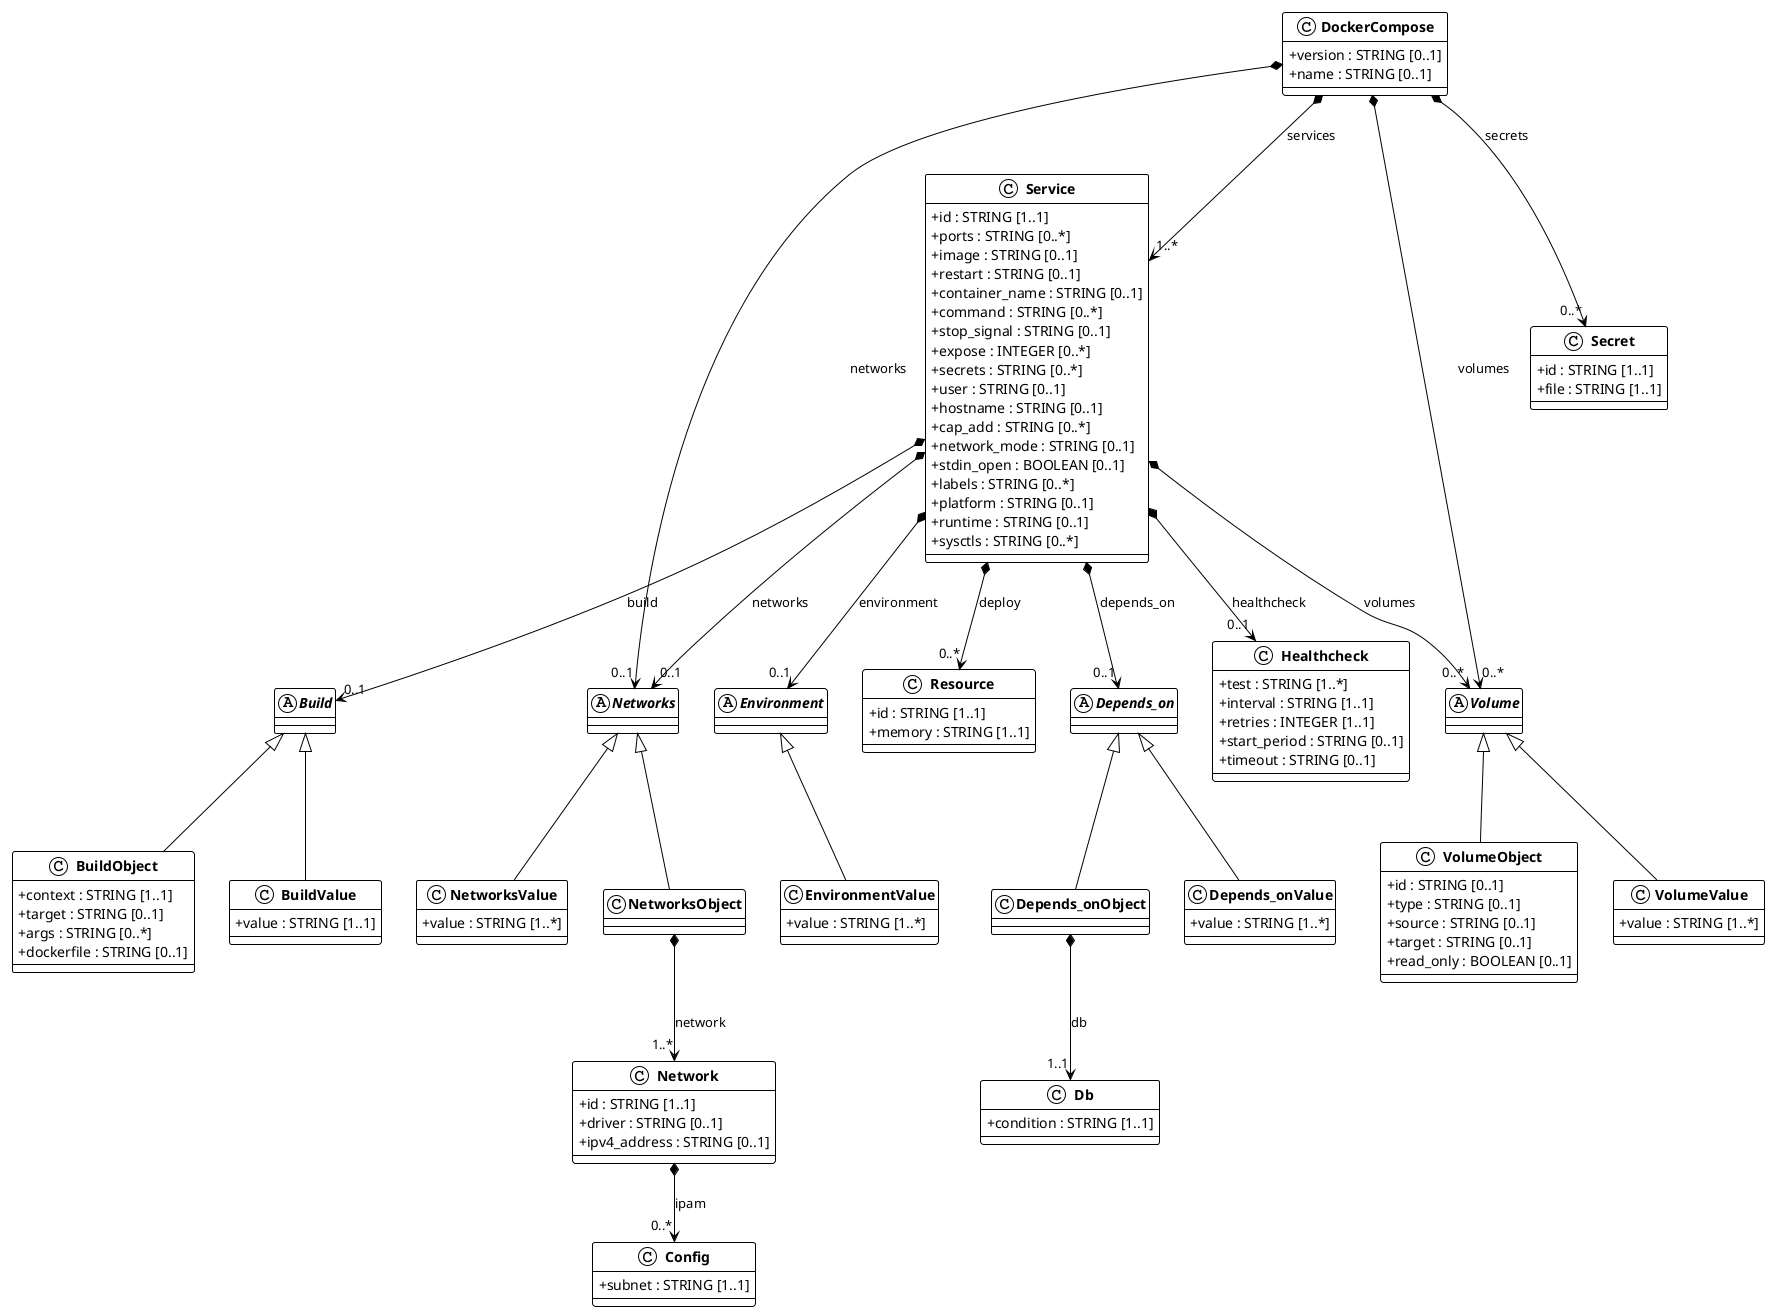
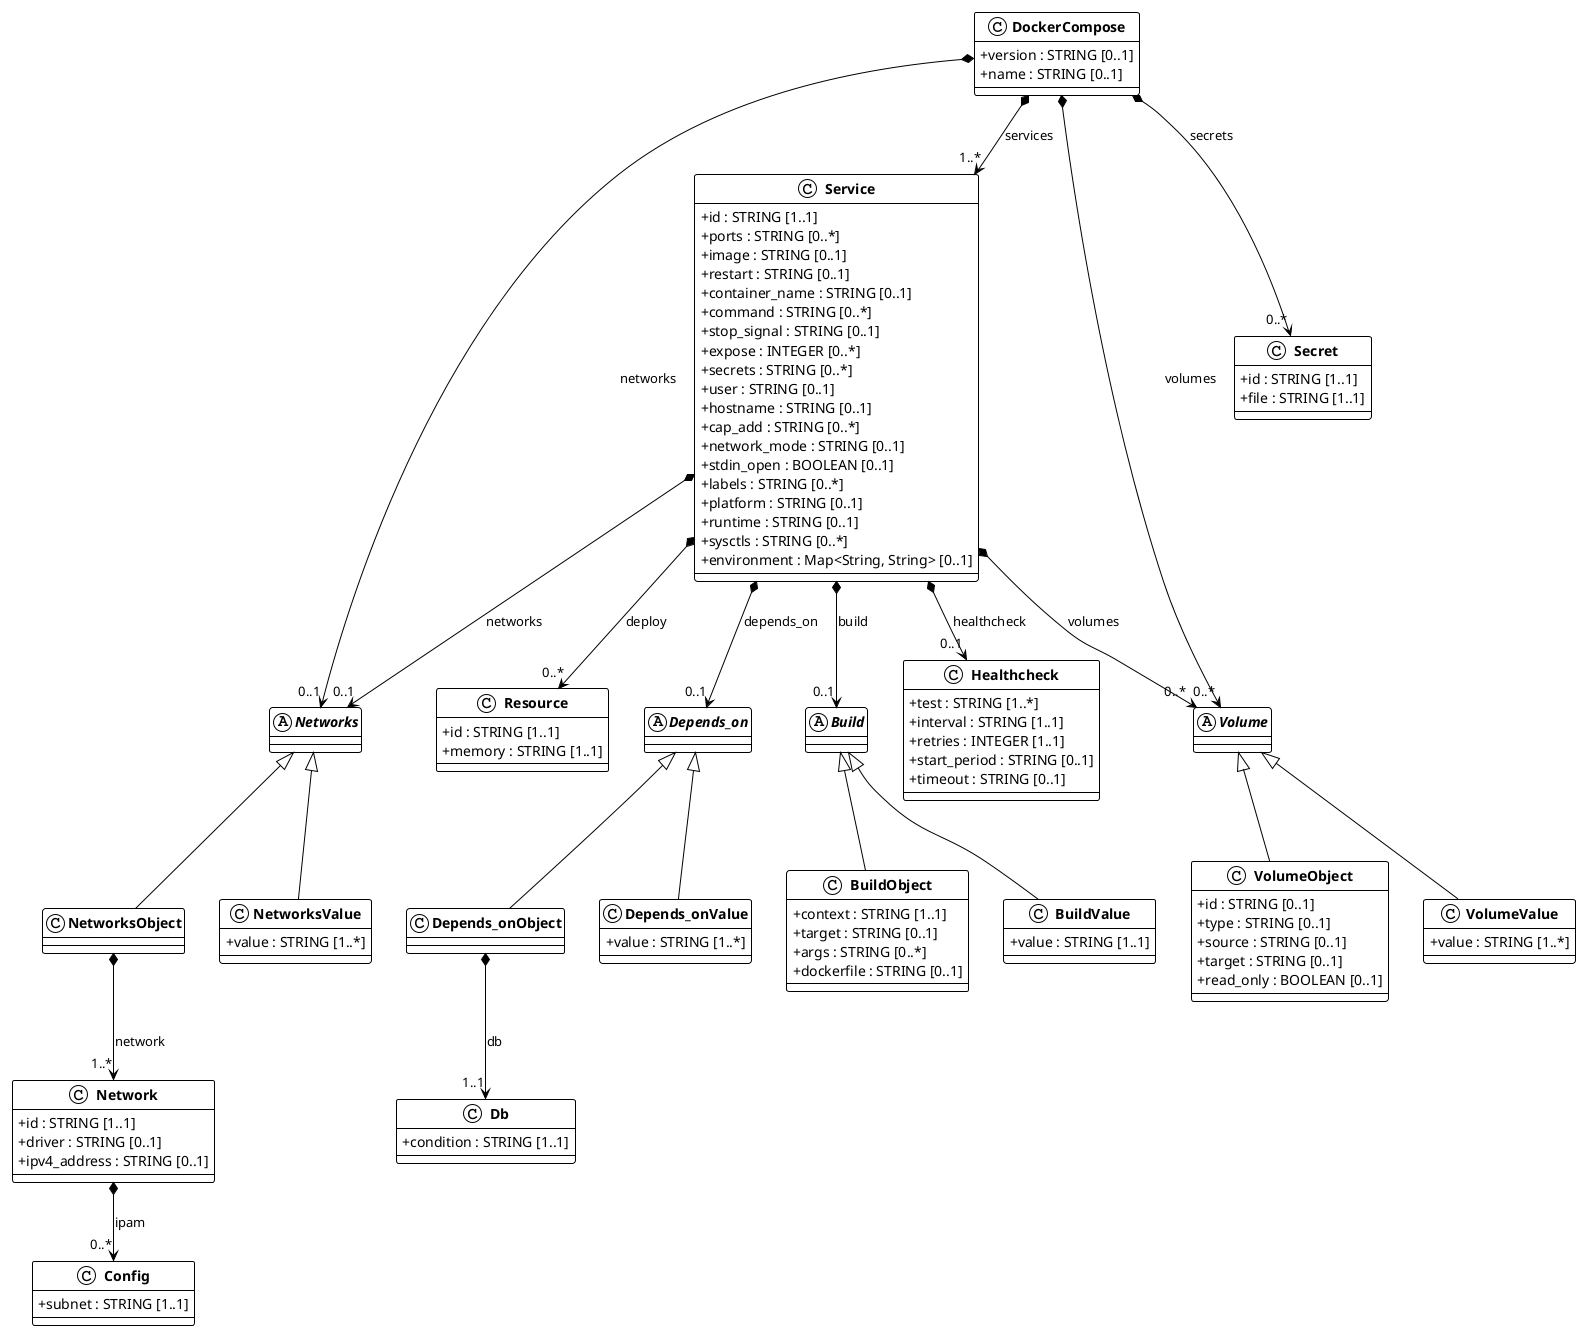
@startuml docker_compose
!theme plain
skinparam classAttributeIconSize 0
skinparam classFontStyle bold

class DockerCompose{
  + version : STRING [0..1]
  + name : STRING [0..1]
}

class Service{
  + id : STRING [1..1]
  + ports : STRING [0..*]
  + image : STRING [0..1]
  + restart : STRING [0..1]
  + container_name : STRING [0..1]
  + command : STRING [0..*]
  + stop_signal : STRING [0..1]
  + expose : INTEGER [0..*]
  + secrets : STRING [0..*]
  + user : STRING [0..1]
  + hostname : STRING [0..1]
  + cap_add : STRING [0..*]
  + network_mode : STRING [0..1]
  + stdin_open : BOOLEAN [0..1]
  + labels : STRING [0..*]
  + platform : STRING [0..1]
  + runtime : STRING [0..1]
  + sysctls : STRING [0..*]
+   + environment : Map<String, String> [0..1]
}

abstract class Build{
- }
- 
- abstract class Environment{
}

class Healthcheck{
  + test : STRING [1..*]
  + interval : STRING [1..1]
  + retries : INTEGER [1..1]
  + start_period : STRING [0..1]
  + timeout : STRING [0..1]
}

abstract class Networks{
}

class Network{
  + id : STRING [1..1]
  + driver : STRING [0..1]
  + ipv4_address : STRING [0..1]
}

abstract class Volume{
}

class Resource{
  + id : STRING [1..1]
  + memory : STRING [1..1]
}

+ class Secret{
+   + id : STRING [1..1]
+   + file : STRING [1..1]
+ }
+ 
abstract class Depends_on{
}

class Db{
  + condition : STRING [1..1]
- }
- 
- class Secret{
-   + id : STRING [1..1]
-   + file : STRING [1..1]
}

class Config{
  + subnet : STRING [1..1]
}

class VolumeObject{
  + id : STRING [0..1]
  + type : STRING [0..1]
  + source : STRING [0..1]
  + target : STRING [0..1]
  + read_only : BOOLEAN [0..1]
}

class VolumeValue{
  + value : STRING [1..*]
}

class BuildObject{
  + context : STRING [1..1]
  + target : STRING [0..1]
  + args : STRING [0..*]
  + dockerfile : STRING [0..1]
}

class BuildValue{
  + value : STRING [1..1]
}

class NetworksObject{
}

class NetworksValue{
  + value : STRING [1..*]
}

class Depends_onObject{
}

class Depends_onValue{
  + value : STRING [1..*]
}

- class EnvironmentValue{
-   + value : STRING [1..*]
- }
- 
Volume <|-- VolumeObject
Volume <|-- VolumeValue
Build <|-- BuildObject
Build <|-- BuildValue
Networks <|-- NetworksObject
Networks <|-- NetworksValue
Depends_on <|-- Depends_onObject
Depends_on <|-- Depends_onValue
- Environment <|-- EnvironmentValue

DockerCompose *--> "1..*" Service : services
DockerCompose *--> "0..1" Networks : networks
DockerCompose *--> "0..*" Volume : volumes
DockerCompose *--> "0..*" Secret : secrets
Service *--> "0..1" Build : build
- Service *--> "0..1" Environment : environment
Service *--> "0..1" Healthcheck : healthcheck
Service *--> "0..*" Resource : deploy
Service *--> "0..1" Depends_on : depends_on
Service *--> "0..*" Volume : volumes
Service *--> "0..1" Networks : networks
Network *--> "0..*" Config : ipam
NetworksObject *--> "1..*" Network : network
Depends_onObject *--> "1..1" Db : db

@enduml
